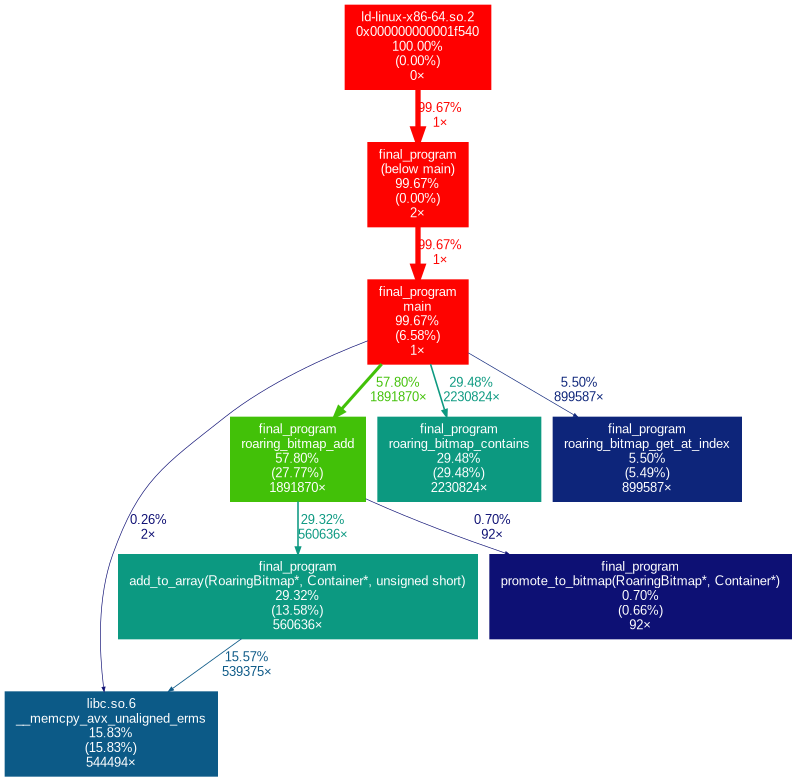
Earlier version of the Graphviz export p2GraphEasy/graph.png (nash-raf/Graph-language-). Its source is kept beside it as p2GraphEasy/graph.dot.
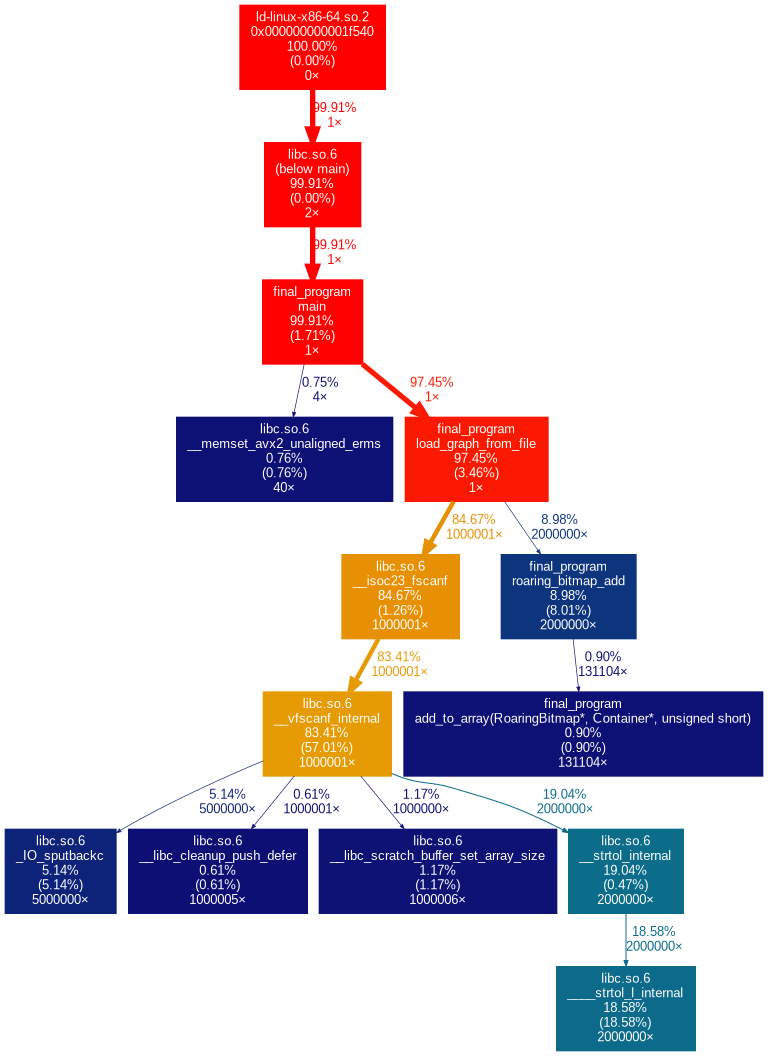
Later version of the same file.

The edit, as a diff of the source:
```diff
@@ -3,22 +3,31 @@
 	graph [fontname=Arial, nodesep=0.125, ranksep=0.25];
 	node [fontcolor=white, fontname=Arial, height=0, shape=box, style=filled, width=0];
 	edge [fontname=Arial];
-	"(below main)" [color="#fe0300", fontcolor="#ffffff", fontsize="10.00", label="final_program\n(below main)\n99.67%\n(0.00%)\n2×"];
-	"(below main)" -> main [arrowsize="1.00", color="#fe0300", fontcolor="#fe0300", fontsize="10.00", label="99.67%\n1×", labeldistance="3.99", penwidth="3.99"];
+	"(below main)" [color="#ff0100", fontcolor="#ffffff", fontsize="10.00", label="libc.so.6\n(below main)\n99.91%\n(0.00%)\n2×"];
+	"(below main)" -> main [arrowsize="1.00", color="#ff0100", fontcolor="#ff0100", fontsize="10.00", label="99.91%\n1×", labeldistance="4.00", penwidth="4.00"];
 	"0x000000000001f540" [color="#ff0000", fontcolor="#ffffff", fontsize="10.00", label="ld-linux-x86-64.so.2\n0x000000000001f540\n100.00%\n(0.00%)\n0×"];
-	"0x000000000001f540" -> "(below main)" [arrowsize="1.00", color="#fe0300", fontcolor="#fe0300", fontsize="10.00", label="99.67%\n1×", labeldistance="3.99", penwidth="3.99"];
-	"__memcpy_avx_unaligned_erms" [color="#0c5a87", fontcolor="#ffffff", fontsize="10.00", label="libc.so.6\n__memcpy_avx_unaligned_erms\n15.83%\n(15.83%)\n544494×"];
-	"add_to_array(RoaringBitmap*, Container*, unsigned short)" [color="#0c9981", fontcolor="#ffffff", fontsize="10.00", label="final_program\nadd_to_array(RoaringBitmap*, Container*, unsigned short)\n29.32%\n(13.58%)\n560636×"];
-	"add_to_array(RoaringBitmap*, Container*, unsigned short)" -> "__memcpy_avx_unaligned_erms" [arrowsize="0.39", color="#0c5987", fontcolor="#0c5987", fontsize="10.00", label="15.57%\n539375×", labeldistance="0.62", penwidth="0.62"];
-	main [color="#fe0300", fontcolor="#ffffff", fontsize="10.00", label="final_program\nmain\n99.67%\n(6.58%)\n1×"];
-	main -> "__memcpy_avx_unaligned_erms" [arrowsize="0.35", color="#0d0e73", fontcolor="#0d0e73", fontsize="10.00", label="0.26%\n2×", labeldistance="0.50", penwidth="0.50"];
-	main -> "roaring_bitmap_add" [arrowsize="0.76", color="#42c108", fontcolor="#42c108", fontsize="10.00", label="57.80%\n1891870×", labeldistance="2.31", penwidth="2.31"];
-	main -> "roaring_bitmap_contains" [arrowsize="0.54", color="#0c9980", fontcolor="#0c9980", fontsize="10.00", label="29.48%\n2230824×", labeldistance="1.18", penwidth="1.18"];
-	main -> "roaring_bitmap_get_at_index" [arrowsize="0.35", color="#0d257a", fontcolor="#0d257a", fontsize="10.00", label="5.50%\n899587×", labeldistance="0.50", penwidth="0.50"];
-	"promote_to_bitmap(RoaringBitmap*, Container*)" [color="#0d1074", fontcolor="#ffffff", fontsize="10.00", label="final_program\npromote_to_bitmap(RoaringBitmap*, Container*)\n0.70%\n(0.66%)\n92×"];
-	"roaring_bitmap_add" [color="#42c108", fontcolor="#ffffff", fontsize="10.00", label="final_program\nroaring_bitmap_add\n57.80%\n(27.77%)\n1891870×"];
-	"roaring_bitmap_add" -> "add_to_array(RoaringBitmap*, Container*, unsigned short)" [arrowsize="0.54", color="#0c9981", fontcolor="#0c9981", fontsize="10.00", label="29.32%\n560636×", labeldistance="1.17", penwidth="1.17"];
-	"roaring_bitmap_add" -> "promote_to_bitmap(RoaringBitmap*, Container*)" [arrowsize="0.35", color="#0d1074", fontcolor="#0d1074", fontsize="10.00", label="0.70%\n92×", labeldistance="0.50", penwidth="0.50"];
-	"roaring_bitmap_contains" [color="#0c9980", fontcolor="#ffffff", fontsize="10.00", label="final_program\nroaring_bitmap_contains\n29.48%\n(29.48%)\n2230824×"];
-	"roaring_bitmap_get_at_index" [color="#0d257a", fontcolor="#ffffff", fontsize="10.00", label="final_program\nroaring_bitmap_get_at_index\n5.50%\n(5.49%)\n899587×"];
+	"0x000000000001f540" -> "(below main)" [arrowsize="1.00", color="#ff0100", fontcolor="#ff0100", fontsize="10.00", label="99.91%\n1×", labeldistance="4.00", penwidth="4.00"];
+	"_IO_sputbackc" [color="#0d2379", fontcolor="#ffffff", fontsize="10.00", label="libc.so.6\n_IO_sputbackc\n5.14%\n(5.14%)\n5000000×"];
+	"____strtol_l_internal" [color="#0c6a8b", fontcolor="#ffffff", fontsize="10.00", label="libc.so.6\n____strtol_l_internal\n18.58%\n(18.58%)\n2000000×"];
+	"__isoc23_fscanf" [color="#e89004", fontcolor="#ffffff", fontsize="10.00", label="libc.so.6\n__isoc23_fscanf\n84.67%\n(1.26%)\n1000001×"];
+	"__isoc23_fscanf" -> "__vfscanf_internal" [arrowsize="0.91", color="#e69a04", fontcolor="#e69a04", fontsize="10.00", label="83.41%\n1000001×", labeldistance="3.34", penwidth="3.34"];
+	"__libc_cleanup_push_defer" [color="#0d0f74", fontcolor="#ffffff", fontsize="10.00", label="libc.so.6\n__libc_cleanup_push_defer\n0.61%\n(0.61%)\n1000005×"];
+	"__libc_scratch_buffer_set_array_size" [color="#0d1274", fontcolor="#ffffff", fontsize="10.00", label="libc.so.6\n__libc_scratch_buffer_set_array_size\n1.17%\n(1.17%)\n1000006×"];
+	"__memset_avx2_unaligned_erms" [color="#0d1074", fontcolor="#ffffff", fontsize="10.00", label="libc.so.6\n__memset_avx2_unaligned_erms\n0.76%\n(0.76%)\n40×"];
+	"__strtol_internal" [color="#0c6d8b", fontcolor="#ffffff", fontsize="10.00", label="libc.so.6\n__strtol_internal\n19.04%\n(0.47%)\n2000000×"];
+	"__strtol_internal" -> "____strtol_l_internal" [arrowsize="0.43", color="#0c6a8b", fontcolor="#0c6a8b", fontsize="10.00", label="18.58%\n2000000×", labeldistance="0.74", penwidth="0.74"];
+	"__vfscanf_internal" [color="#e69a04", fontcolor="#ffffff", fontsize="10.00", label="libc.so.6\n__vfscanf_internal\n83.41%\n(57.01%)\n1000001×"];
+	"__vfscanf_internal" -> "_IO_sputbackc" [arrowsize="0.35", color="#0d2379", fontcolor="#0d2379", fontsize="10.00", label="5.14%\n5000000×", labeldistance="0.50", penwidth="0.50"];
+	"__vfscanf_internal" -> "__libc_cleanup_push_defer" [arrowsize="0.35", color="#0d0f74", fontcolor="#0d0f74", fontsize="10.00", label="0.61%\n1000001×", labeldistance="0.50", penwidth="0.50"];
+	"__vfscanf_internal" -> "__libc_scratch_buffer_set_array_size" [arrowsize="0.35", color="#0d1274", fontcolor="#0d1274", fontsize="10.00", label="1.17%\n1000000×", labeldistance="0.50", penwidth="0.50"];
+	"__vfscanf_internal" -> "__strtol_internal" [arrowsize="0.44", color="#0c6d8b", fontcolor="#0c6d8b", fontsize="10.00", label="19.04%\n2000000×", labeldistance="0.76", penwidth="0.76"];
+	"add_to_array(RoaringBitmap*, Container*, unsigned short)" [color="#0d1074", fontcolor="#ffffff", fontsize="10.00", label="final_program\nadd_to_array(RoaringBitmap*, Container*, unsigned short)\n0.90%\n(0.90%)\n131104×"];
+	"load_graph_from_file" [color="#fb1a01", fontcolor="#ffffff", fontsize="10.00", label="final_program\nload_graph_from_file\n97.45%\n(3.46%)\n1×"];
+	"load_graph_from_file" -> "__isoc23_fscanf" [arrowsize="0.92", color="#e89004", fontcolor="#e89004", fontsize="10.00", label="84.67%\n1000001×", labeldistance="3.39", penwidth="3.39"];
+	"load_graph_from_file" -> "roaring_bitmap_add" [arrowsize="0.35", color="#0d357e", fontcolor="#0d357e", fontsize="10.00", label="8.98%\n2000000×", labeldistance="0.50", penwidth="0.50"];
+	main [color="#ff0100", fontcolor="#ffffff", fontsize="10.00", label="final_program\nmain\n99.91%\n(1.71%)\n1×"];
+	main -> "__memset_avx2_unaligned_erms" [arrowsize="0.35", color="#0d1074", fontcolor="#0d1074", fontsize="10.00", label="0.75%\n4×", labeldistance="0.50", penwidth="0.50"];
+	main -> "load_graph_from_file" [arrowsize="0.99", color="#fb1a01", fontcolor="#fb1a01", fontsize="10.00", label="97.45%\n1×", labeldistance="3.90", penwidth="3.90"];
+	"roaring_bitmap_add" [color="#0d357e", fontcolor="#ffffff", fontsize="10.00", label="final_program\nroaring_bitmap_add\n8.98%\n(8.01%)\n2000000×"];
+	"roaring_bitmap_add" -> "add_to_array(RoaringBitmap*, Container*, unsigned short)" [arrowsize="0.35", color="#0d1074", fontcolor="#0d1074", fontsize="10.00", label="0.90%\n131104×", labeldistance="0.50", penwidth="0.50"];
 }
```
